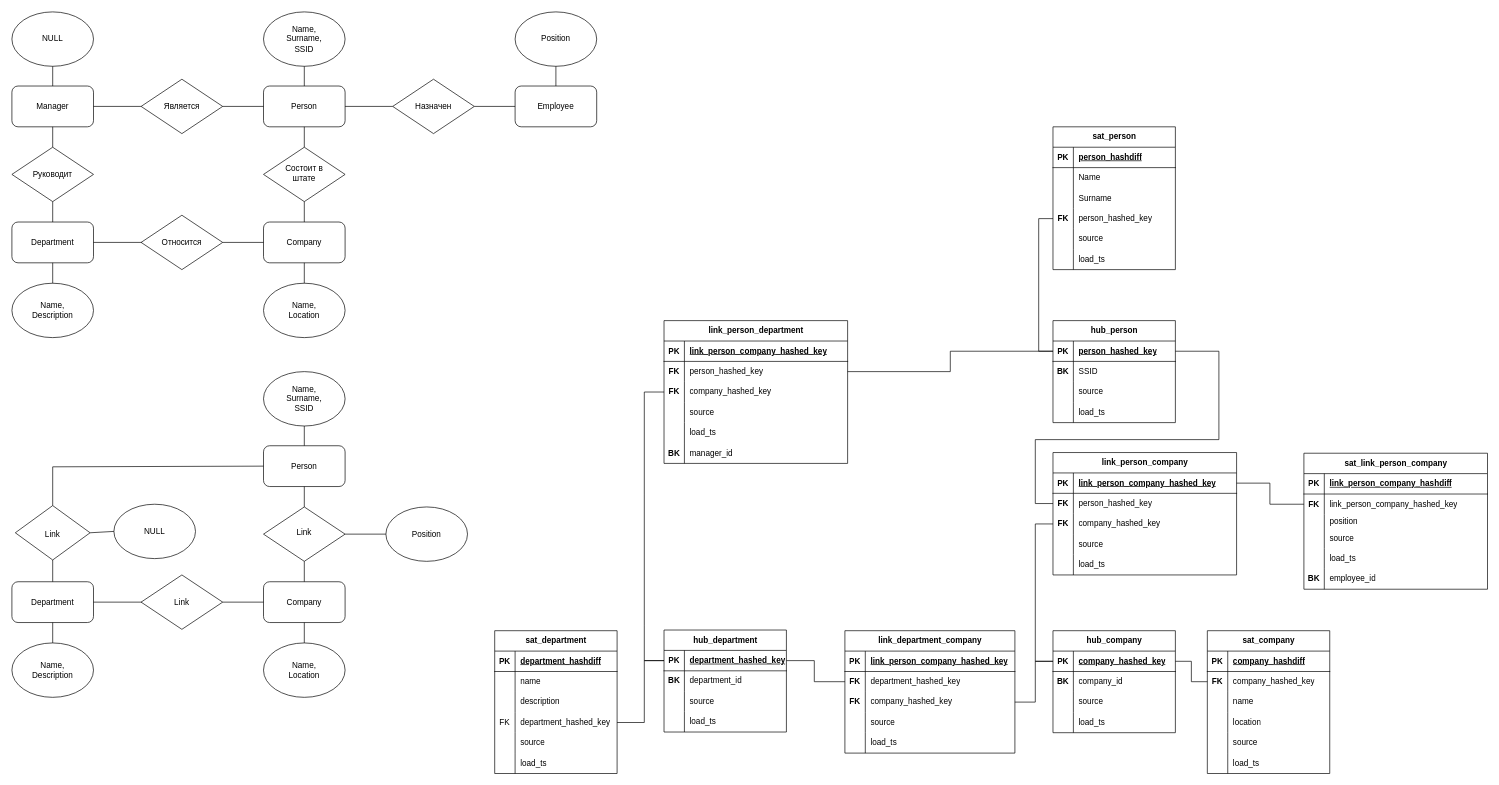
Earlier version of the draw.io diagram Lesson_2/Task.drawio (VanShi87/data-engineer-2023-11). Source tidied: cells renumbered, new cells numbered last; positions are measured from the earlier drawing's top-left corner, leaving out a move shared by most shapes. Both pictures are drawn from the tidied source at 68%, with x=0, y=0 at pixel (12, 12).
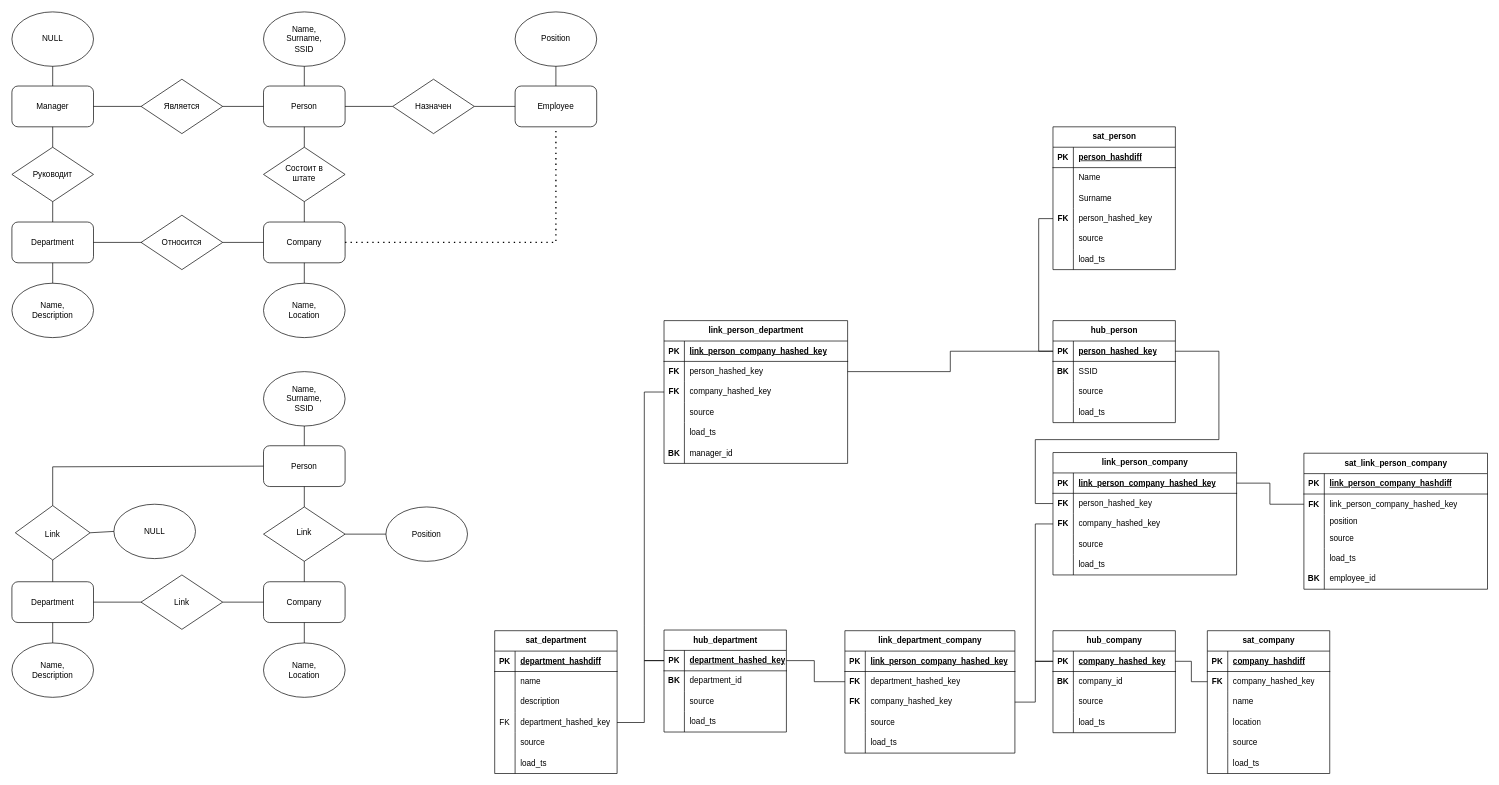
Above is the later version.

The change refers to these unchanged cells:
```xml
<mxCell id="5" style="rounded=1;whiteSpace=wrap;html=1;" parent="1" vertex="1">
  <mxGeometry x="370" y="309" width="120" height="60" as="geometry" />
</mxCell>
<mxCell id="34" style="rounded=1;whiteSpace=wrap;html=1;" parent="1" vertex="1">
  <mxGeometry x="740" y="109" width="120" height="60" as="geometry" />
</mxCell>
```

What changed in the source:
```diff
@@
+    <mxCell id="255" style="endArrow=none;dashed=1;html=1;dashPattern=1 3;strokeWidth=2;rounded=0;entryX=0.5;entryY=1;entryDx=0;entryDy=0;exitX=1;exitY=0.5;exitDx=0;exitDy=0;" parent="1" edge="1" source="5" target="34">
+      <mxGeometry relative="1" as="geometry">
+        <Array as="points">
+          <mxPoint x="800" y="339" />
+        </Array>
+      </mxGeometry>
+    </mxCell>
```
